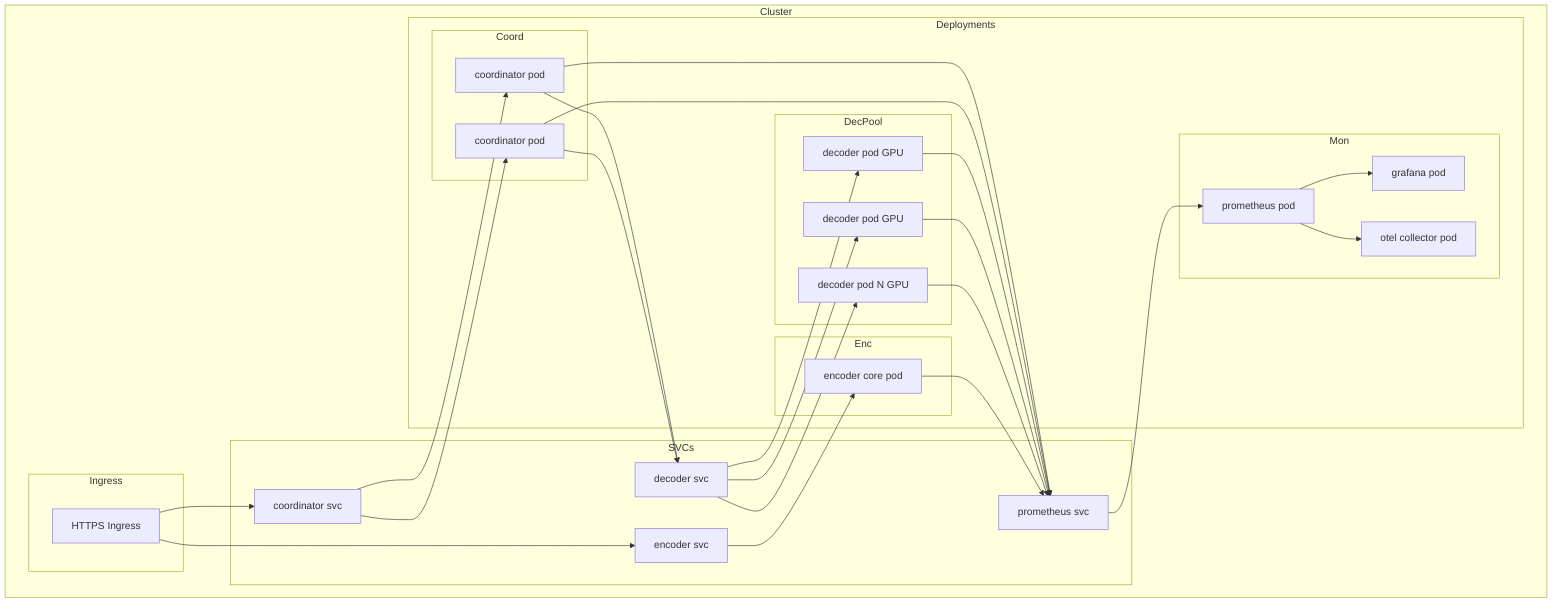
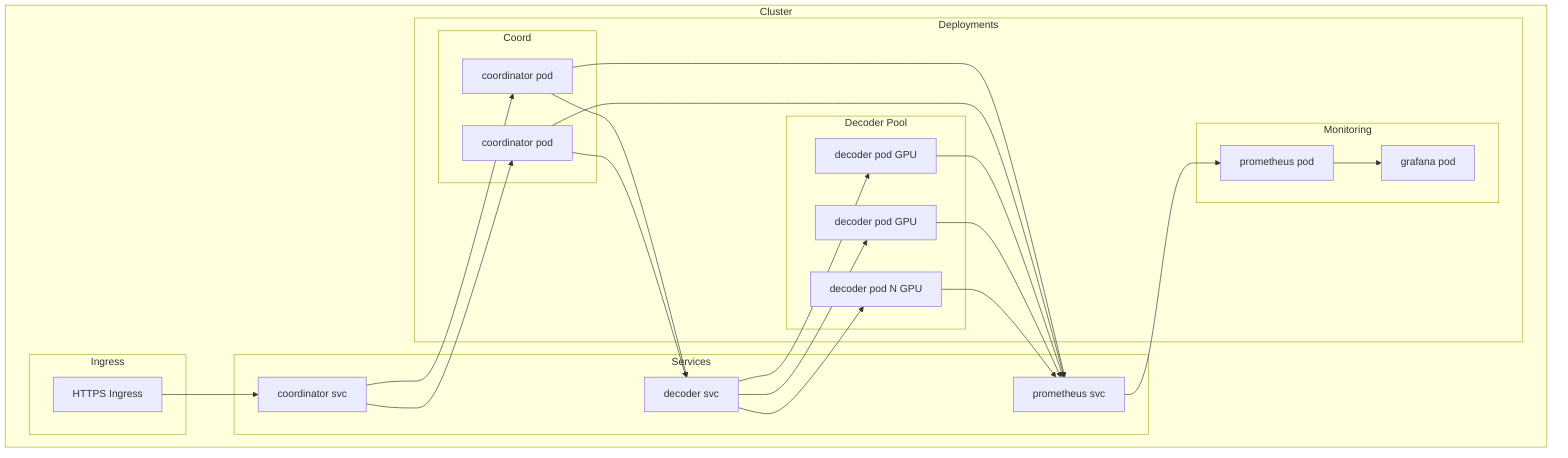
graph TB
    subgraph Cluster
        subgraph Ingress
            IG[HTTPS Ingress]
        end

-         subgraph SVCs
+         subgraph Services
            SCoord[coordinator svc]
            SDec[decoder svc]
-             SEnc[encoder svc]
            SMon[prometheus svc]
        end

        subgraph Deployments
            subgraph Coord
                C1[coordinator pod]
                C2[coordinator pod]
            end
-             subgraph DecPool
+             subgraph DecPool [Decoder Pool]
                D1[decoder pod GPU]
                D2[decoder pod GPU]
                DN[decoder pod N GPU]
            end
-             subgraph Enc
-                 EC[encoder core pod]
-             end
-             subgraph Mon
+             subgraph Monitoring
                PR[prometheus pod]
                GR[grafana pod]
-                 OC[otel collector pod]
            end
        end
    end

    IG --> SCoord
-     IG --> SEnc
    SCoord --> C1
    SCoord --> C2

    C1 --> SDec
    C2 --> SDec

    SDec --> D1
    SDec --> D2
    SDec --> DN

-     SEnc --> EC
- 
    C1 --> SMon
    C2 --> SMon
    D1 --> SMon
    D2 --> SMon
    DN --> SMon
-     EC --> SMon

    SMon --> PR
    PR --> GR
-     PR --> OC
